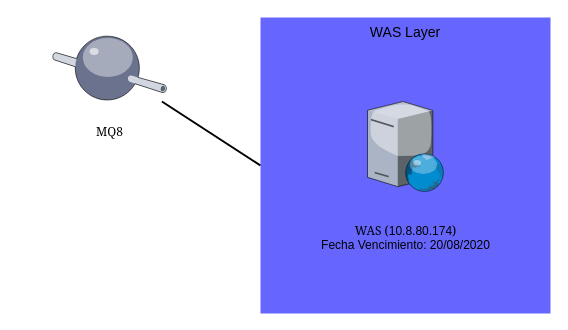
The draw.io diagram page "Page-2" (3 of 3) of Untitled Diagram.drawio in jamapilo/platzi, before the edit. Source tidied: cells renumbered, new cells numbered last; positions are measured from the earlier drawing's top-left corner, leaving out a move shared by most shapes. Both pictures are drawn from the tidied source at 100%, with x=0, y=0 at pixel (16, 17).
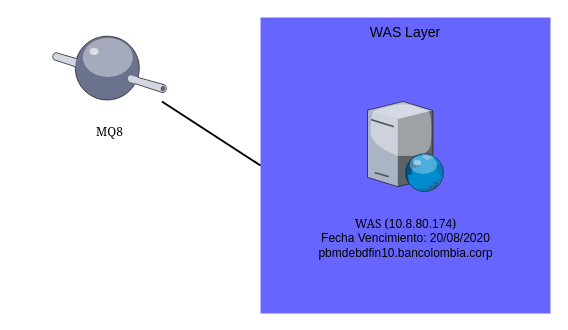
The same diagram, later.

What changed in the source:
```diff
@@
 <mxGraphModel>
   <root>
     <mxCell id="0" />
     <mxCell id="1" parent="0" />
     <mxCell id="2" value="WAS Layer&lt;br&gt;" style="whiteSpace=wrap;html=1;fillColor=#6666FF;fontSize=14;strokeColor=none;verticalAlign=top;" parent="1" vertex="1">
       <mxGeometry x="244" width="290" height="296" as="geometry" />
     </mxCell>
     <mxCell id="3" style="verticalLabelPosition=bottom;html=1;verticalAlign=top;strokeColor=none;align=center;shape=mxgraph.citrix.web_server;" parent="1" vertex="1">
       <mxGeometry x="351" y="84" width="76.5" height="90" as="geometry" />
     </mxCell>
-    <mxCell id="4" value="&lt;font face=&quot;Georgia&quot;&gt;WAS (&lt;/font&gt;10.8.80.174&lt;font face=&quot;Georgia&quot;&gt;)&lt;br&gt;&lt;/font&gt;&lt;span&gt;Fecha Vencimiento:&amp;nbsp;&lt;/span&gt;&lt;span title=&quot;20/08/2020&quot;&gt;20/08/2020&lt;/span&gt;&lt;br&gt;&lt;br&gt;" style="text;html=1;strokeColor=none;fillColor=none;align=center;verticalAlign=middle;whiteSpace=wrap;rounded=0;" parent="1" vertex="1">
+    <mxCell id="4" value="&lt;font face=&quot;Georgia&quot;&gt;WAS (&lt;/font&gt;10.8.80.174&lt;font face=&quot;Georgia&quot;&gt;)&lt;br&gt;&lt;/font&gt;&lt;span&gt;Fecha Vencimiento:&amp;nbsp;&lt;/span&gt;&lt;span title=&quot;20/08/2020&quot;&gt;20/08/2020&lt;br&gt;&lt;/span&gt;pbmdebdfin10.bancolombia.corp&lt;br&gt;&lt;br&gt;" style="text;html=1;strokeColor=none;fillColor=none;align=center;verticalAlign=middle;whiteSpace=wrap;rounded=0;" parent="1" vertex="1">
       <mxGeometry x="296.5" y="199" width="185" height="58" as="geometry" />
     </mxCell>
     <mxCell id="5" style="verticalLabelPosition=bottom;html=1;verticalAlign=top;strokeColor=none;align=center;outlineConnect=0;shape=mxgraph.citrix.middleware;fillColor=#FFFF66;" parent="1" vertex="1">
       <mxGeometry x="36" y="16" width="114" height="68" as="geometry" />
     </mxCell>
     <mxCell id="6" value="&lt;font face=&quot;Georgia&quot;&gt;MQ8&lt;br&gt;&lt;/font&gt;&lt;br&gt;&lt;br&gt;" style="text;html=1;strokeColor=none;fillColor=none;align=center;verticalAlign=middle;whiteSpace=wrap;rounded=0;" parent="1" vertex="1">
       <mxGeometry x="0.5" y="100" width="185" height="58" as="geometry" />
     </mxCell>
     <mxCell id="7" style="edgeStyle=none;rounded=0;html=1;startSize=10;endSize=10;jettySize=auto;fontSize=14;endArrow=none;endFill=0;strokeWidth=2;entryX=0;entryY=0.5;entryDx=0;entryDy=0;" parent="1" edge="1" source="5" target="2">
       <mxGeometry relative="1" as="geometry" />
     </mxCell>
   </root>
 </mxGraphModel>
```
